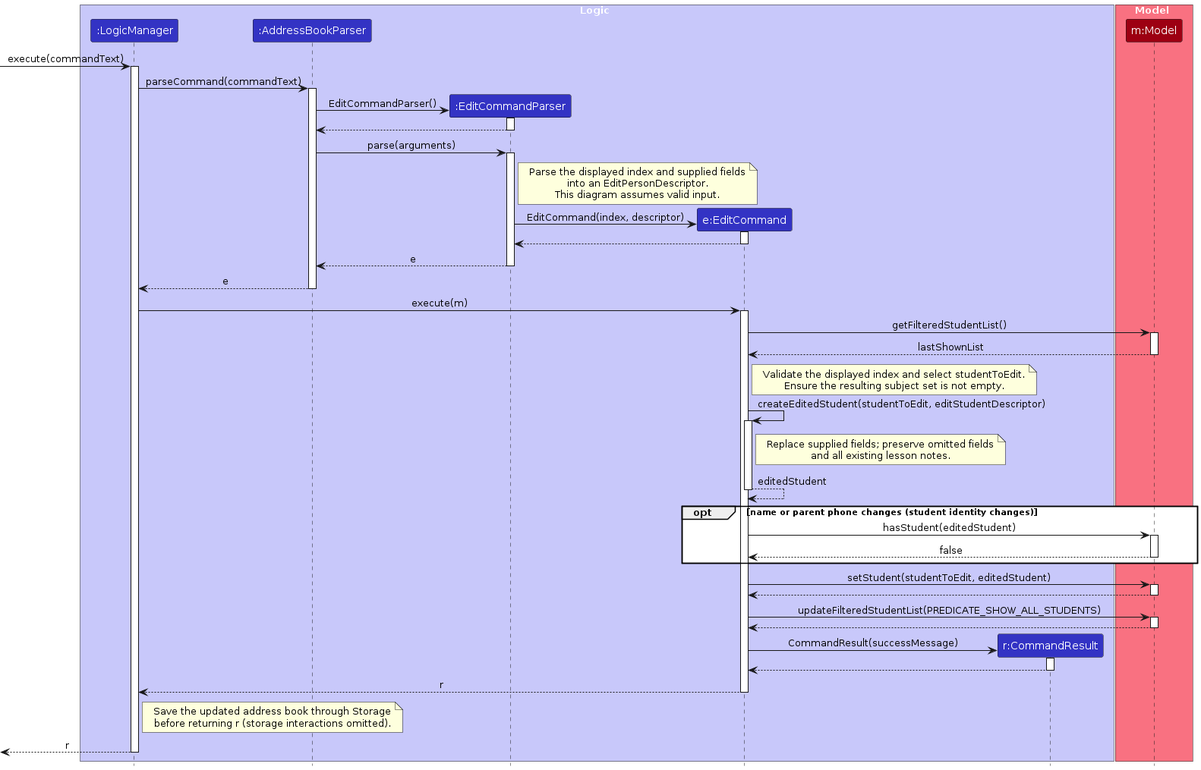
Above: diagrams/EditStudentSequenceDiagram.png in AY2627S1-CS2103T-F11-4/tp (PlantUML), before the change. Its source is kept beside it as diagrams/EditStudentSequenceDiagram.puml.
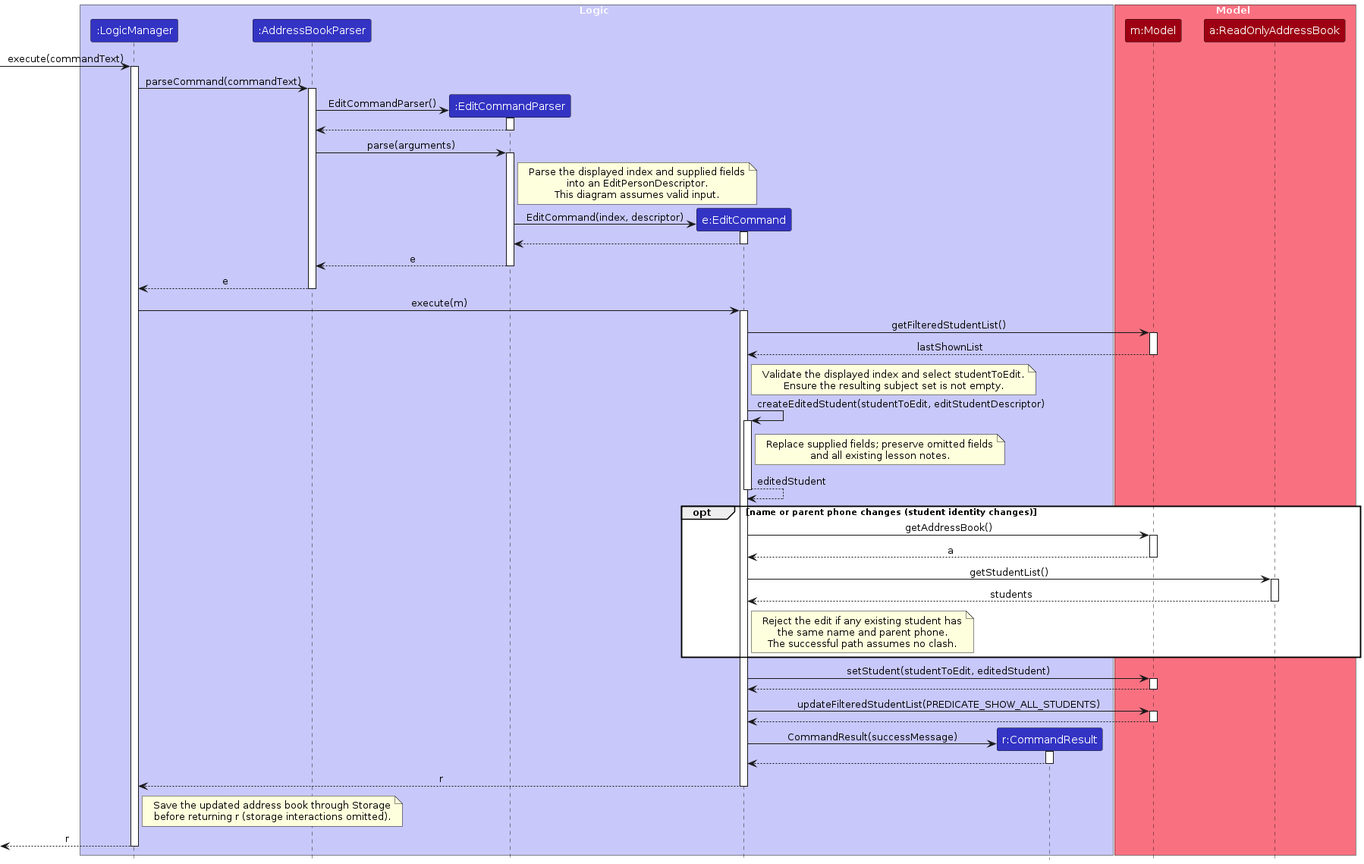
Later version of the same file.

Change to the diagram source:
```diff
@@ -12,6 +12,7 @@
 
 box Model MODEL_COLOR_T1
 participant "m:Model" as Model MODEL_COLOR
+participant "a:ReadOnlyAddressBook" as AddressBook MODEL_COLOR
 end box
 
 [-> LogicManager : execute(commandText)
@@ -65,10 +66,19 @@
 deactivate EditCommand
 
 opt name or parent phone changes (student identity changes)
-    EditCommand -> Model : hasStudent(editedStudent)
+    EditCommand -> Model : getAddressBook()
     activate Model
-    Model --> EditCommand : false
+    Model --> EditCommand : a
     deactivate Model
+    EditCommand -> AddressBook : getStudentList()
+    activate AddressBook
+    AddressBook --> EditCommand : students
+    deactivate AddressBook
+    note right of EditCommand
+    Reject the edit if any existing student has
+    the same name and parent phone.
+    The successful path assumes no clash.
+    end note
 end
 
 EditCommand -> Model : setStudent(studentToEdit, editedStudent)
```
